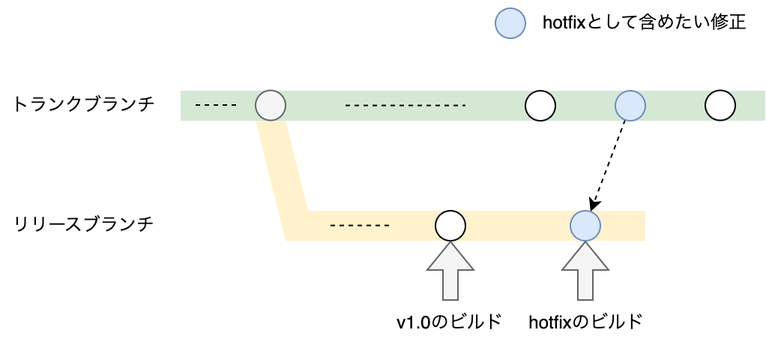
The draw.io diagram images/mobile-trunk-based-release-strategy/trunk-based-hotfix-release.png in shotaIDE/zenn, before a commit. Source tidied: cells renumbered, new cells last; positions are measured from the earlier drawing's top-left corner, leaving out a move shared by most shapes.
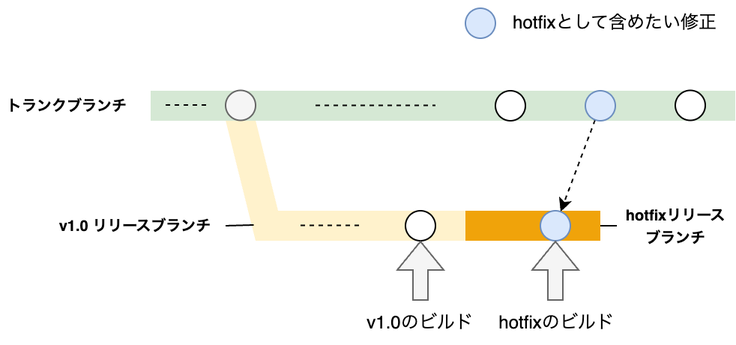
Above is the later version.

The edit, as a diff of the source:
```diff
@@ -2,86 +2,98 @@
   <root>
     <mxCell id="0" />
     <mxCell id="1" parent="0" />
-    <mxCell id="2" style="group;" parent="1" vertex="1">
-      <mxGeometry x="170" y="79.8" width="260" height="80.2" as="geometry" />
+    <mxCell id="2" style="rounded=0;whiteSpace=wrap;html=1;fillColor=#f0a30a;strokeColor=none;fontColor=#000000;" parent="1" vertex="1">
+      <mxGeometry x="310" y="140" width="90" height="20" as="geometry" />
     </mxCell>
-    <mxCell id="3" style="rounded=0;whiteSpace=wrap;html=1;fillColor=#fff2cc;strokeColor=none;" parent="2" vertex="1">
-      <mxGeometry x="30" y="60.2" width="230" height="20" as="geometry" />
+    <mxCell id="3" style="group;" parent="1" vertex="1">
+      <mxGeometry x="150" y="79.8" width="160" height="80.2" as="geometry" />
     </mxCell>
-    <mxCell id="4" style="shape=parallelogram;perimeter=parallelogramPerimeter;whiteSpace=wrap;html=1;fixedSize=1;fillColor=#fff2cc;strokeColor=none;flipH=1;" parent="2" vertex="1">
-      <mxGeometry width="40" height="80.2" as="geometry" />
+    <mxCell id="4" style="rounded=0;whiteSpace=wrap;html=1;fillColor=#fff2cc;strokeColor=none;" parent="3" vertex="1">
+      <mxGeometry x="30" y="60.2" width="130" height="20" as="geometry" />
     </mxCell>
-    <mxCell id="5" style="rounded=0;whiteSpace=wrap;html=1;fillColor=#d5e8d4;strokeColor=none;" parent="1" vertex="1">
-      <mxGeometry x="120" y="60" width="390" height="20" as="geometry" />
+    <mxCell id="5" style="shape=parallelogram;perimeter=parallelogramPerimeter;whiteSpace=wrap;html=1;fixedSize=1;fillColor=#fff2cc;strokeColor=none;flipH=1;" parent="3" vertex="1">
+      <mxGeometry width="40" height="80.2" as="geometry" />
     </mxCell>
-    <mxCell id="6" style="ellipse;whiteSpace=wrap;html=1;fillColor=#f5f5f5;fontColor=#333333;strokeColor=#666666;" parent="1" vertex="1">
-      <mxGeometry x="170" y="59.8" width="20" height="20" as="geometry" />
+    <mxCell id="6" style="rounded=0;whiteSpace=wrap;html=1;fillColor=#d5e8d4;strokeColor=none;" parent="1" vertex="1">
+      <mxGeometry x="100" y="60" width="390" height="20" as="geometry" />
     </mxCell>
-    <mxCell id="7" value="トランクブランチ" style="text;html=1;strokeColor=none;fillColor=none;align=center;verticalAlign=middle;whiteSpace=wrap;rounded=0;" parent="1" vertex="1">
-      <mxGeometry x="-0.5" y="58.8" width="111" height="22.5" as="geometry" />
+    <mxCell id="7" style="ellipse;whiteSpace=wrap;html=1;fillColor=#f5f5f5;fontColor=#333333;strokeColor=#666666;" parent="1" vertex="1">
+      <mxGeometry x="150" y="59.8" width="20" height="20" as="geometry" />
     </mxCell>
-    <mxCell id="8" value="リリースブランチ" style="text;html=1;strokeColor=none;fillColor=none;align=center;verticalAlign=middle;whiteSpace=wrap;rounded=0;" parent="1" vertex="1">
-      <mxGeometry x="4.5" y="140" width="101" height="20" as="geometry" />
+    <mxCell id="8" style="rounded=0;jettySize=auto;html=1;entryX=0.531;entryY=0.869;entryDx=0;entryDy=0;endArrow=none;endFill=0;exitX=1;exitY=0.5;exitDx=0;exitDy=0;entryPerimeter=0;" parent="1" edge="1" source="9" target="5">
+      <mxGeometry relative="1" as="geometry" />
     </mxCell>
-    <mxCell id="9" style="ellipse;whiteSpace=wrap;html=1;" parent="1" vertex="1">
-      <mxGeometry x="350" y="60" width="20" height="20" as="geometry" />
+    <mxCell id="9" value="&lt;b&gt;&lt;font style=&quot;font-size: 10px;&quot;&gt;v1.0 リリースブランチ&lt;/font&gt;&lt;/b&gt;" style="text;html=1;strokeColor=none;fillColor=none;align=center;verticalAlign=middle;whiteSpace=wrap;rounded=0;" parent="1" vertex="1">
+      <mxGeometry x="30" y="140" width="120" height="20" as="geometry" />
     </mxCell>
-    <mxCell id="10" style="rounded=0;jettySize=auto;html=1;dashed=1;" parent="1" edge="1" source="11" target="14">
-      <mxGeometry relative="1" as="geometry" />
+    <mxCell id="10" style="ellipse;whiteSpace=wrap;html=1;" parent="1" vertex="1">
+      <mxGeometry x="330" y="60" width="20" height="20" as="geometry" />
     </mxCell>
-    <mxCell id="11" style="ellipse;whiteSpace=wrap;html=1;fillColor=#dae8fc;strokeColor=#6c8ebf;" parent="1" vertex="1">
-      <mxGeometry x="410" y="60" width="20" height="20" as="geometry" />
+    <mxCell id="11" style="rounded=0;jettySize=auto;html=1;dashed=1;" parent="1" edge="1" source="12" target="15">
+      <mxGeometry relative="1" as="geometry" />
     </mxCell>
-    <mxCell id="12" style="ellipse;whiteSpace=wrap;html=1;" parent="1" vertex="1">
-      <mxGeometry x="470" y="59.8" width="20" height="20" as="geometry" />
+    <mxCell id="12" style="ellipse;whiteSpace=wrap;html=1;fillColor=#dae8fc;strokeColor=#6c8ebf;" parent="1" vertex="1">
+      <mxGeometry x="390" y="60" width="20" height="20" as="geometry" />
     </mxCell>
     <mxCell id="13" style="ellipse;whiteSpace=wrap;html=1;" parent="1" vertex="1">
-      <mxGeometry x="290" y="140" width="20" height="20" as="geometry" />
+      <mxGeometry x="450" y="59.8" width="20" height="20" as="geometry" />
     </mxCell>
-    <mxCell id="14" style="ellipse;whiteSpace=wrap;html=1;fillColor=#dae8fc;strokeColor=#6c8ebf;" parent="1" vertex="1">
-      <mxGeometry x="380" y="140" width="20" height="20" as="geometry" />
+    <mxCell id="14" style="ellipse;whiteSpace=wrap;html=1;" parent="1" vertex="1">
+      <mxGeometry x="270" y="140" width="20" height="20" as="geometry" />
     </mxCell>
     <mxCell id="15" style="ellipse;whiteSpace=wrap;html=1;fillColor=#dae8fc;strokeColor=#6c8ebf;" parent="1" vertex="1">
-      <mxGeometry x="330" y="5" width="20" height="20" as="geometry" />
+      <mxGeometry x="360" y="140" width="20" height="20" as="geometry" />
     </mxCell>
-    <mxCell id="16" value="hotfixとして含めたい修正" style="text;html=1;align=center;verticalAlign=middle;whiteSpace=wrap;rounded=0;" parent="1" vertex="1">
-      <mxGeometry x="350" width="160" height="30" as="geometry" />
+    <mxCell id="16" style="ellipse;whiteSpace=wrap;html=1;fillColor=#dae8fc;strokeColor=#6c8ebf;" parent="1" vertex="1">
+      <mxGeometry x="310" y="5" width="20" height="20" as="geometry" />
     </mxCell>
-    <mxCell id="17" style="shape=flexArrow;endArrow=classic;html=1;rounded=0;fillColor=#f5f5f5;strokeColor=#666666;" parent="1" edge="1">
-      <mxGeometry relative="1" as="geometry">
-        <mxPoint x="300" y="200" as="sourcePoint" />
-        <mxPoint x="300" y="160" as="targetPoint" />
-      </mxGeometry>
+    <mxCell id="17" value="hotfixとして含めたい修正" style="text;html=1;align=center;verticalAlign=middle;whiteSpace=wrap;rounded=0;" parent="1" vertex="1">
+      <mxGeometry x="330" width="160" height="30" as="geometry" />
     </mxCell>
-    <mxCell id="18" value="v1.0のビルド" style="text;html=1;align=center;verticalAlign=middle;whiteSpace=wrap;rounded=0;fontFamily=Helvetica;fontSize=12;fontColor=default;" parent="1" vertex="1">
-      <mxGeometry x="255" y="200" width="90" height="30" as="geometry" />
+    <mxCell id="18" style="shape=flexArrow;endArrow=classic;html=1;rounded=0;fillColor=#f5f5f5;strokeColor=#666666;" parent="1" edge="1">
+      <mxGeometry relative="1" as="geometry">
+        <mxPoint x="280" y="200" as="sourcePoint" />
+        <mxPoint x="280" y="160" as="targetPoint" />
+      </mxGeometry>
     </mxCell>
-    <mxCell id="19" style="shape=flexArrow;endArrow=classic;html=1;rounded=0;fillColor=#f5f5f5;strokeColor=#666666;" parent="1" edge="1">
-      <mxGeometry relative="1" as="geometry">
-        <mxPoint x="390" y="200" as="sourcePoint" />
-        <mxPoint x="390" y="160" as="targetPoint" />
-      </mxGeometry>
+    <mxCell id="19" value="v1.0のビルド" style="text;html=1;align=center;verticalAlign=middle;whiteSpace=wrap;rounded=0;fontFamily=Helvetica;fontSize=12;fontColor=default;" parent="1" vertex="1">
+      <mxGeometry x="235" y="200" width="90" height="30" as="geometry" />
     </mxCell>
-    <mxCell id="20" value="hotfixのビルド" style="text;html=1;align=center;verticalAlign=middle;whiteSpace=wrap;rounded=0;fontFamily=Helvetica;fontSize=12;fontColor=default;" parent="1" vertex="1">
-      <mxGeometry x="341" y="200" width="100" height="30" as="geometry" />
+    <mxCell id="20" style="shape=flexArrow;endArrow=classic;html=1;rounded=0;fillColor=#f5f5f5;strokeColor=#666666;" parent="1" edge="1">
+      <mxGeometry relative="1" as="geometry">
+        <mxPoint x="370" y="200" as="sourcePoint" />
+        <mxPoint x="370" y="160" as="targetPoint" />
+      </mxGeometry>
     </mxCell>
-    <mxCell id="21" style="endArrow=none;html=1;rounded=0;dashed=1;endFill=0;" parent="1" edge="1">
-      <mxGeometry relative="1" as="geometry">
-        <mxPoint x="230" y="69.8" as="sourcePoint" />
-        <mxPoint x="310" y="69.8" as="targetPoint" />
-      </mxGeometry>
+    <mxCell id="21" value="hotfixのビルド" style="text;html=1;align=center;verticalAlign=middle;whiteSpace=wrap;rounded=0;fontFamily=Helvetica;fontSize=12;fontColor=default;" parent="1" vertex="1">
+      <mxGeometry x="321" y="200" width="100" height="30" as="geometry" />
     </mxCell>
     <mxCell id="22" style="endArrow=none;html=1;rounded=0;dashed=1;endFill=0;" parent="1" edge="1">
       <mxGeometry relative="1" as="geometry">
-        <mxPoint x="220" y="149.8" as="sourcePoint" />
-        <mxPoint x="260" y="149.8" as="targetPoint" />
+        <mxPoint x="210" y="69.8" as="sourcePoint" />
+        <mxPoint x="290" y="69.8" as="targetPoint" />
       </mxGeometry>
     </mxCell>
     <mxCell id="23" style="endArrow=none;html=1;rounded=0;dashed=1;endFill=0;" parent="1" edge="1">
       <mxGeometry relative="1" as="geometry">
-        <mxPoint x="130" y="69.5" as="sourcePoint" />
-        <mxPoint x="160" y="69.5" as="targetPoint" />
+        <mxPoint x="200" y="149.8" as="sourcePoint" />
+        <mxPoint x="240" y="149.8" as="targetPoint" />
       </mxGeometry>
     </mxCell>
+    <mxCell id="24" style="endArrow=none;html=1;rounded=0;dashed=1;endFill=0;" parent="1" edge="1">
+      <mxGeometry relative="1" as="geometry">
+        <mxPoint x="110" y="69.5" as="sourcePoint" />
+        <mxPoint x="140" y="69.5" as="targetPoint" />
+      </mxGeometry>
+    </mxCell>
+    <mxCell id="25" style="rounded=0;jettySize=auto;html=1;entryX=1;entryY=0.5;entryDx=0;entryDy=0;endArrow=none;endFill=0;" parent="1" edge="1" source="26" target="2">
+      <mxGeometry relative="1" as="geometry" />
+    </mxCell>
+    <mxCell id="26" value="&lt;font style=&quot;font-size: 10px;&quot;&gt;&lt;b&gt;hotfixリリース&lt;/b&gt;&lt;/font&gt;&lt;div&gt;&lt;font style=&quot;font-size: 10px;&quot;&gt;&lt;b&gt;ブランチ&lt;/b&gt;&lt;/font&gt;&lt;/div&gt;" style="text;html=1;strokeColor=none;fillColor=none;align=center;verticalAlign=middle;whiteSpace=wrap;rounded=0;" parent="1" vertex="1">
+      <mxGeometry x="411" y="130" width="79" height="40" as="geometry" />
+    </mxCell>
+    <mxCell id="27" value="&lt;font style=&quot;font-size: 10px;&quot;&gt;&lt;b&gt;トランクブランチ&lt;/b&gt;&lt;/font&gt;" style="text;html=1;strokeColor=none;fillColor=none;align=center;verticalAlign=middle;whiteSpace=wrap;rounded=0;" parent="1" vertex="1">
+      <mxGeometry x="-0.5" y="59.4" width="91" height="21.2" as="geometry" />
+    </mxCell>
   </root>
 </mxGraphModel>
```
